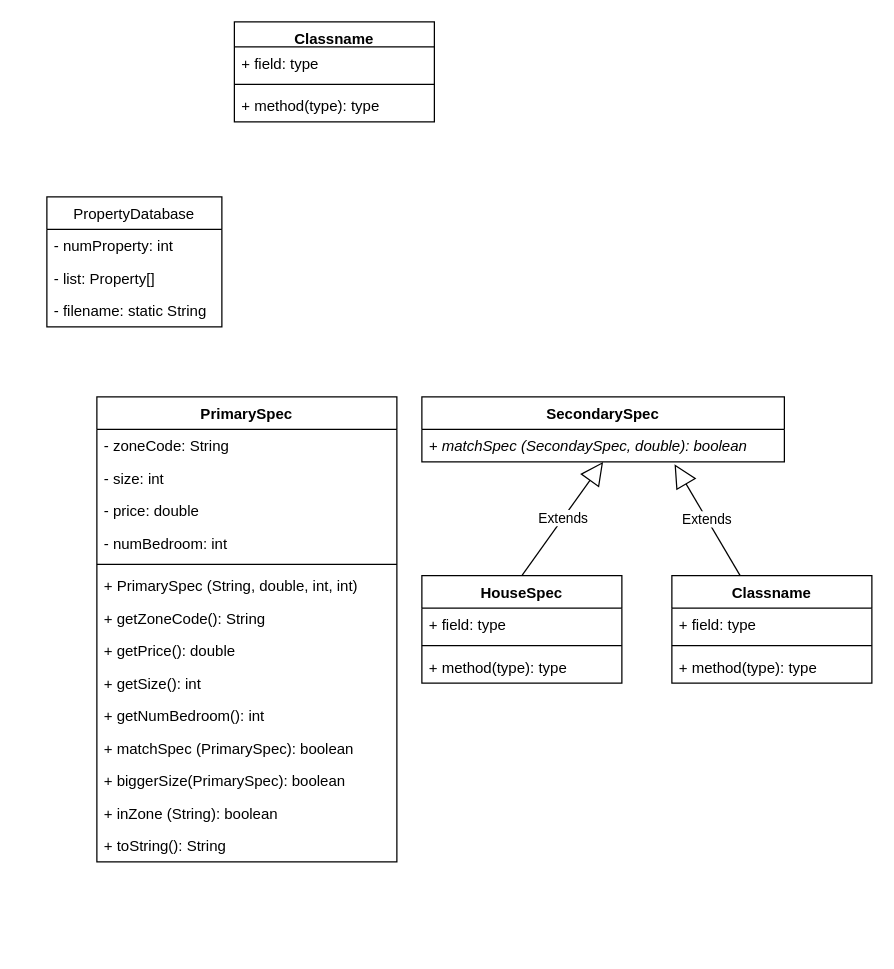
wang-owen/ICS4U keeps this draw.io diagram as OOP/RealtyDatabase/RealtyDatabase.drawio. Above is the earlier version. Source tidied: cells renumbered, new cells numbered last; positions are measured from the earlier drawing's top-left corner, leaving out a move shared by most shapes. Both pictures are drawn from the tidied source at 125%, with x=0, y=0 at pixel (46, 21).
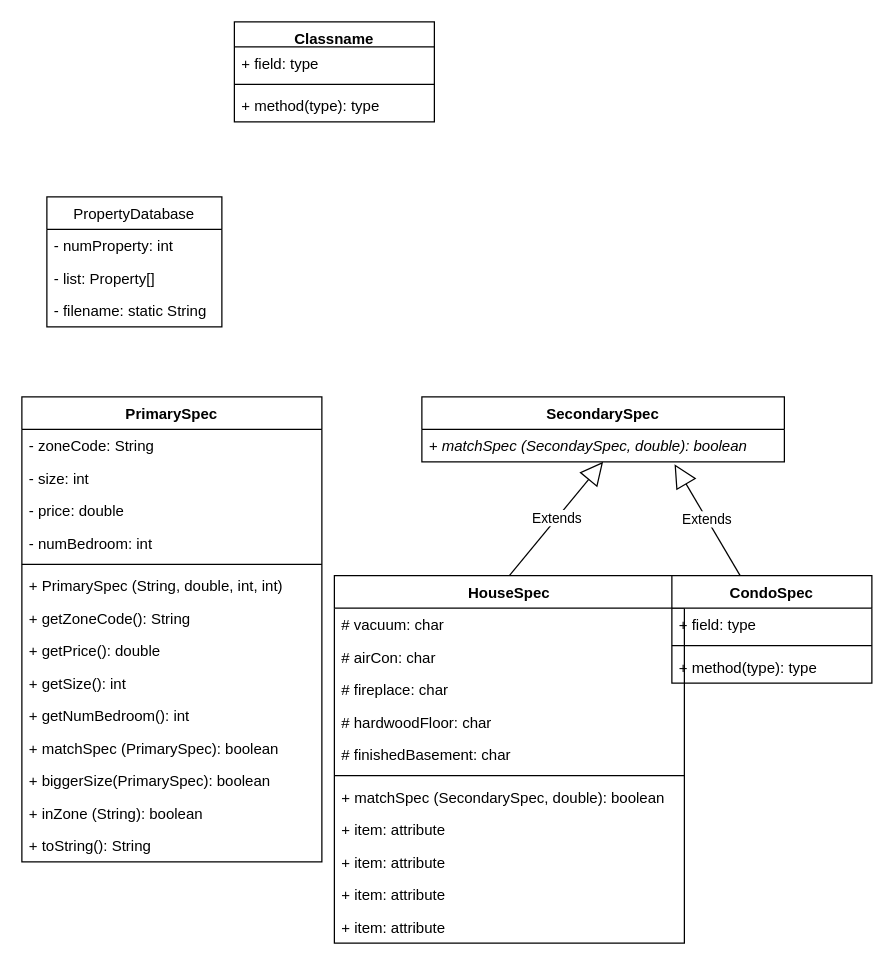
The same page after the edit.

The edit, as a diff of the source:
```diff
@@
     <mxCell id="2" value="PrimarySpec" style="swimlane;fontStyle=1;align=center;verticalAlign=top;horizontal=1;startSize=26;" parent="1" vertex="1">
-      <mxGeometry x="40" y="300" width="240" height="372" as="geometry" />
+      <mxGeometry x="-20" y="300" width="240" height="372" as="geometry" />
     </mxCell>
@@
     <mxCell id="27" value="HouseSpec" style="swimlane;fontStyle=1;align=center;verticalAlign=top;horizontal=1;startSize=26;" parent="1" vertex="1">
-      <mxGeometry x="300" y="443" width="160" height="86" as="geometry" />
+      <mxGeometry x="230" y="443" width="280" height="294" as="geometry" />
     </mxCell>
-    <mxCell id="28" value="+ field: type" style="text;strokeColor=none;fillColor=none;align=left;verticalAlign=top;spacingLeft=4;spacingRight=4;overflow=hidden;" parent="27" vertex="1">
-      <mxGeometry y="26" width="160" height="26" as="geometry" />
+    <mxCell id="28" value="# vacuum: char" style="text;strokeColor=none;fillColor=none;align=left;verticalAlign=top;spacingLeft=4;spacingRight=4;overflow=hidden;" parent="27" vertex="1">
+      <mxGeometry y="26" width="280" height="26" as="geometry" />
     </mxCell>
+    <mxCell id="37" value="# airCon: char" style="text;strokeColor=none;fillColor=none;align=left;verticalAlign=top;spacingLeft=4;spacingRight=4;overflow=hidden;" parent="27" vertex="1">
+      <mxGeometry y="52" width="280" height="26" as="geometry" />
+    </mxCell>
+    <mxCell id="38" value="# fireplace: char" style="text;strokeColor=none;fillColor=none;align=left;verticalAlign=top;spacingLeft=4;spacingRight=4;overflow=hidden;" parent="27" vertex="1">
+      <mxGeometry y="78" width="280" height="26" as="geometry" />
+    </mxCell>
+    <mxCell id="39" value="# hardwoodFloor: char" style="text;strokeColor=none;fillColor=none;align=left;verticalAlign=top;spacingLeft=4;spacingRight=4;overflow=hidden;" parent="27" vertex="1">
+      <mxGeometry y="104" width="280" height="26" as="geometry" />
+    </mxCell>
+    <mxCell id="40" value="# finishedBasement: char" style="text;strokeColor=none;fillColor=none;align=left;verticalAlign=top;spacingLeft=4;spacingRight=4;overflow=hidden;" parent="27" vertex="1">
+      <mxGeometry y="130" width="280" height="26" as="geometry" />
+    </mxCell>
     <mxCell id="29" style="line;strokeWidth=1;fillColor=none;align=left;verticalAlign=middle;spacingTop=-1;spacingLeft=3;spacingRight=3;labelPosition=right;strokeColor=inherit;" parent="27" vertex="1">
-      <mxGeometry y="52" width="160" height="8" as="geometry" />
+      <mxGeometry y="156" width="280" height="8" as="geometry" />
     </mxCell>
-    <mxCell id="30" value="+ method(type): type" style="text;strokeColor=none;fillColor=none;align=left;verticalAlign=top;spacingLeft=4;spacingRight=4;overflow=hidden;" parent="27" vertex="1">
-      <mxGeometry y="60" width="160" height="26" as="geometry" />
+    <mxCell id="30" value="+ matchSpec (SecondarySpec, double): boolean" style="text;strokeColor=none;fillColor=none;align=left;verticalAlign=top;spacingLeft=4;spacingRight=4;overflow=hidden;" parent="27" vertex="1">
+      <mxGeometry y="164" width="280" height="26" as="geometry" />
     </mxCell>
+    <mxCell id="41" value="+ item: attribute" style="text;strokeColor=none;fillColor=none;align=left;verticalAlign=top;spacingLeft=4;spacingRight=4;overflow=hidden;" parent="27" vertex="1">
+      <mxGeometry y="190" width="280" height="26" as="geometry" />
+    </mxCell>
+    <mxCell id="42" value="+ item: attribute" style="text;strokeColor=none;fillColor=none;align=left;verticalAlign=top;spacingLeft=4;spacingRight=4;overflow=hidden;" parent="27" vertex="1">
+      <mxGeometry y="216" width="280" height="26" as="geometry" />
+    </mxCell>
+    <mxCell id="43" value="+ item: attribute" style="text;strokeColor=none;fillColor=none;align=left;verticalAlign=top;spacingLeft=4;spacingRight=4;overflow=hidden;" parent="27" vertex="1">
+      <mxGeometry y="242" width="280" height="26" as="geometry" />
+    </mxCell>
+    <mxCell id="44" value="+ item: attribute" style="text;strokeColor=none;fillColor=none;align=left;verticalAlign=top;spacingLeft=4;spacingRight=4;overflow=hidden;" parent="27" vertex="1">
+      <mxGeometry y="268" width="280" height="26" as="geometry" />
+    </mxCell>
@@
-    <mxCell id="32" value="Classname" style="swimlane;fontStyle=1;align=center;verticalAlign=top;horizontal=1;startSize=26;" parent="1" vertex="1">
+    <mxCell id="32" value="CondoSpec" style="swimlane;fontStyle=1;align=center;verticalAlign=top;horizontal=1;startSize=26;" parent="1" vertex="1">
       <mxGeometry x="500" y="443" width="160" height="86" as="geometry" />
     </mxCell>
```
